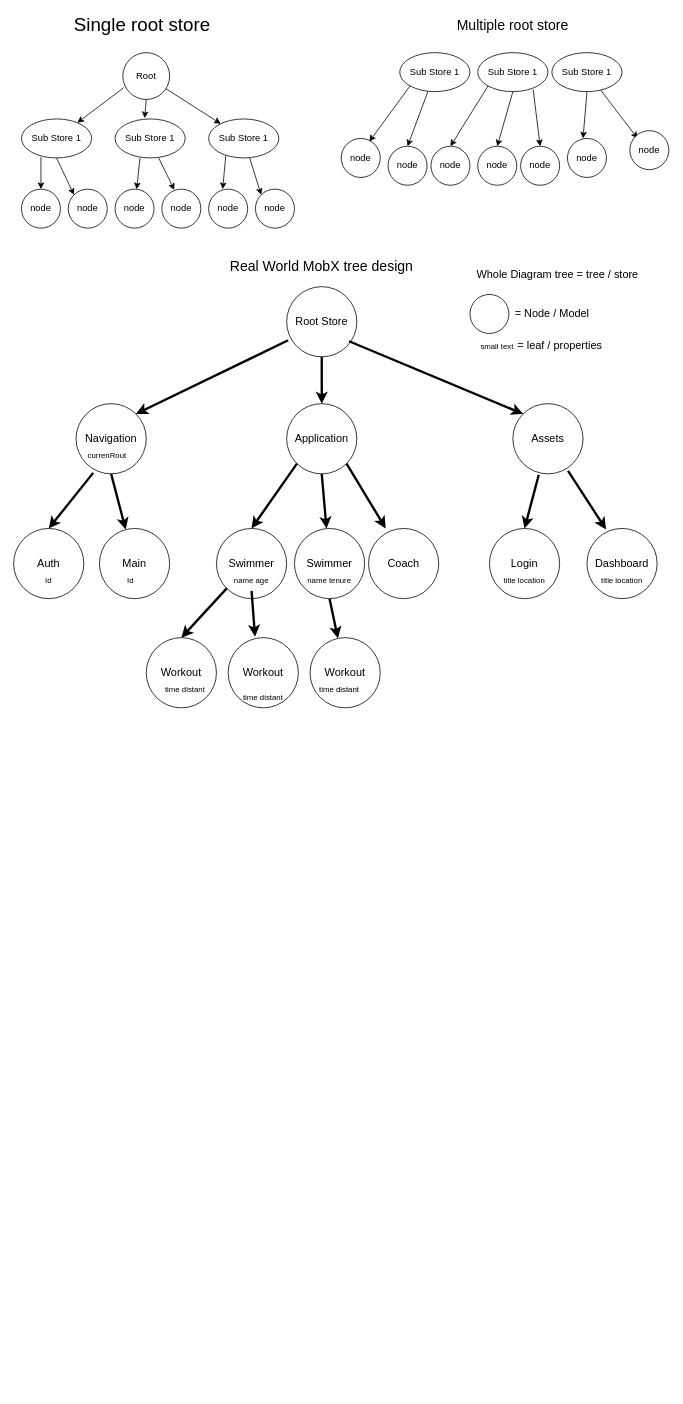
Before: mobX.drawio in malinthann/mobx, a draw.io diagram. Source tidied: cells renumbered, new cells numbered last; positions are measured from the earlier drawing's top-left corner, leaving out a move shared by most shapes. Both pictures are drawn from the tidied source at 78%, with x=0, y=0 at pixel (13, 13).
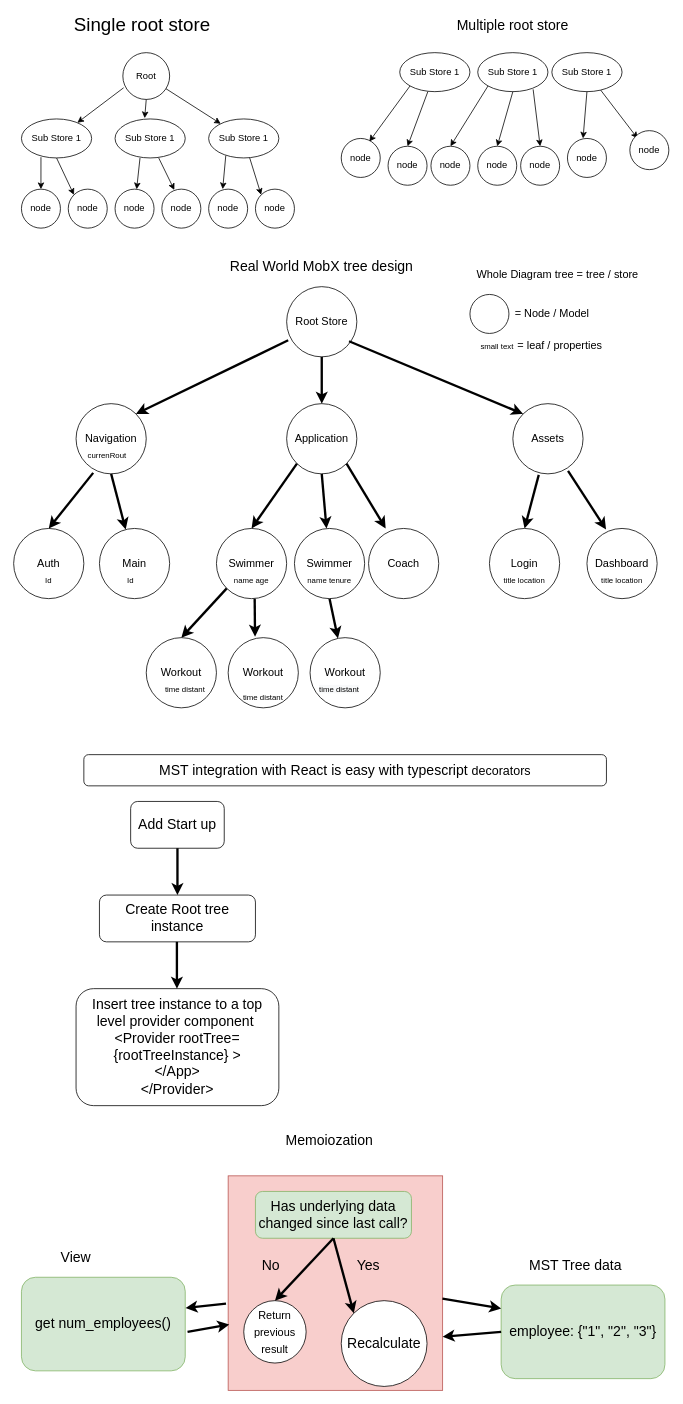
Above is the later version.

The change refers to these unchanged cells:
```xml
<mxCell id="66" value="&lt;font size=&quot;1&quot;&gt;name age&lt;/font&gt;" style="text;html=1;strokeColor=none;fillColor=none;align=center;verticalAlign=middle;whiteSpace=wrap;rounded=0;fontSize=14;" parent="1" vertex="1">
  <mxGeometry x="275" y="710" width="60" height="30" as="geometry" />
</mxCell>
<mxCell id="77" value="&lt;font style=&quot;font-size: 14px&quot;&gt;Workout&lt;/font&gt;" style="ellipse;whiteSpace=wrap;html=1;" parent="1" vertex="1">
  <mxGeometry x="275" y="800" width="90" height="90" as="geometry" />
</mxCell>
```

Change to the diagram source:
```diff
@@
-    <mxCell id="82" style="endArrow=classic;html=1;rounded=0;fontSize=14;strokeWidth=3;exitX=0.5;exitY=1;exitDx=0;exitDy=0;entryX=0.383;entryY=-0.014;entryDx=0;entryDy=0;entryPerimeter=0;" parent="1" edge="1" source="66" target="77">
-      <mxGeometry relative="1" as="geometry" />
+    <mxCell id="82" style="endArrow=classic;html=1;rounded=0;fontSize=14;strokeWidth=3;entryX=0.383;entryY=-0.014;entryDx=0;entryDy=0;entryPerimeter=0;" parent="1" edge="1" target="77">
+      <mxGeometry relative="1" as="geometry">
+        <mxPoint x="309" y="750" as="sourcePoint" />
+      </mxGeometry>
     </mxCell>
@@
+    <mxCell id="84" value="&lt;div&gt;&lt;font style=&quot;font-size: 18px&quot;&gt;MST integration with React is easy with typescript&amp;nbsp;&lt;/font&gt;&lt;span style=&quot;font-size: medium&quot;&gt;decorators&lt;/span&gt;&lt;/div&gt;" style="rounded=1;whiteSpace=wrap;html=1;fontSize=14;" parent="1" vertex="1">
+      <mxGeometry x="90" y="950" width="670" height="40" as="geometry" />
+    </mxCell>
+    <mxCell id="85" value="Add Start up" style="rounded=1;whiteSpace=wrap;html=1;fontSize=18;" parent="1" vertex="1">
+      <mxGeometry x="150" y="1010" width="120" height="60" as="geometry" />
+    </mxCell>
+    <mxCell id="86" value="Create Root tree instance" style="rounded=1;whiteSpace=wrap;html=1;fontSize=18;" parent="1" vertex="1">
+      <mxGeometry x="110" y="1130" width="200" height="60" as="geometry" />
+    </mxCell>
+    <mxCell id="87" value="Insert tree instance to a top level provider component&amp;nbsp;&lt;br&gt;&amp;lt;Provider rootTree={rootTreeInstance} &amp;gt;&lt;br&gt;&amp;lt;/App&amp;gt;&lt;br&gt;&amp;lt;/Provider&amp;gt;" style="rounded=1;whiteSpace=wrap;html=1;fontSize=18;" parent="1" vertex="1">
+      <mxGeometry x="80" y="1250" width="260" height="150" as="geometry" />
+    </mxCell>
+    <mxCell id="88" style="endArrow=classic;html=1;rounded=0;fontSize=18;strokeWidth=3;entryX=0.5;entryY=0;entryDx=0;entryDy=0;exitX=0.5;exitY=1;exitDx=0;exitDy=0;" parent="1" edge="1" source="85" target="86">
+      <mxGeometry relative="1" as="geometry" />
+    </mxCell>
+    <mxCell id="89" style="endArrow=classic;html=1;rounded=0;fontSize=18;strokeWidth=3;entryX=0.5;entryY=0;entryDx=0;entryDy=0;exitX=0.5;exitY=1;exitDx=0;exitDy=0;" parent="1" edge="1">
+      <mxGeometry relative="1" as="geometry">
+        <mxPoint x="209.3" y="1190" as="sourcePoint" />
+        <mxPoint x="209.3" y="1250" as="targetPoint" />
+      </mxGeometry>
+    </mxCell>
+    <mxCell id="90" value="Memoiozation" style="text;html=1;strokeColor=none;fillColor=none;align=center;verticalAlign=middle;whiteSpace=wrap;rounded=0;fontSize=18;" parent="1" vertex="1">
+      <mxGeometry x="375" y="1430" width="60" height="30" as="geometry" />
+    </mxCell>
+    <mxCell id="91" value="MST Tree data" style="text;html=1;strokeColor=none;fillColor=none;align=center;verticalAlign=middle;whiteSpace=wrap;rounded=0;fontSize=18;" parent="1" vertex="1">
+      <mxGeometry x="657.5" y="1590" width="125" height="30" as="geometry" />
+    </mxCell>
+    <mxCell id="92" value="View" style="text;html=1;strokeColor=none;fillColor=none;align=center;verticalAlign=middle;whiteSpace=wrap;rounded=0;fontSize=18;" parent="1" vertex="1">
+      <mxGeometry x="50" y="1580" width="60" height="30" as="geometry" />
+    </mxCell>
+    <mxCell id="93" style="whiteSpace=wrap;html=1;fontSize=18;fillColor=#f8cecc;strokeColor=#b85450;" parent="1" vertex="1">
+      <mxGeometry x="275" y="1490" width="275" height="275" as="geometry" />
+    </mxCell>
+    <mxCell id="94" value="get num_employees()" style="rounded=1;whiteSpace=wrap;html=1;fontSize=18;fillColor=#d5e8d4;strokeColor=#82b366;" parent="1" vertex="1">
+      <mxGeometry x="10" y="1620" width="210" height="120" as="geometry" />
+    </mxCell>
+    <mxCell id="95" value="employee: {&quot;1&quot;, &quot;2&quot;, &quot;3&quot;}" style="rounded=1;whiteSpace=wrap;html=1;fontSize=18;fillColor=#d5e8d4;strokeColor=#82b366;" parent="1" vertex="1">
+      <mxGeometry x="625" y="1630" width="210" height="120" as="geometry" />
+    </mxCell>
+    <mxCell id="96" value="Has underlying data changed since last call?" style="rounded=1;whiteSpace=wrap;html=1;fontSize=18;fillColor=#d5e8d4;strokeColor=#82b366;" parent="1" vertex="1">
+      <mxGeometry x="310" y="1510" width="200" height="60" as="geometry" />
+    </mxCell>
+    <mxCell id="97" value="Recalculate" style="ellipse;whiteSpace=wrap;html=1;fontSize=18;" parent="1" vertex="1">
+      <mxGeometry x="420" y="1650" width="110" height="110" as="geometry" />
+    </mxCell>
+    <mxCell id="98" value="&lt;font style=&quot;font-size: 14px&quot;&gt;Return previous result&lt;/font&gt;" style="ellipse;whiteSpace=wrap;html=1;fontSize=18;" parent="1" vertex="1">
+      <mxGeometry x="295" y="1650" width="80" height="80" as="geometry" />
+    </mxCell>
+    <mxCell id="99" style="endArrow=classic;html=1;rounded=0;fontSize=18;strokeWidth=3;entryX=0.5;entryY=0;entryDx=0;entryDy=0;exitX=0.5;exitY=1;exitDx=0;exitDy=0;" parent="1" edge="1" source="96" target="98">
+      <mxGeometry relative="1" as="geometry" />
+    </mxCell>
+    <mxCell id="100" style="endArrow=classic;html=1;rounded=0;fontSize=18;strokeWidth=3;entryX=0;entryY=0;entryDx=0;entryDy=0;exitX=0.5;exitY=1;exitDx=0;exitDy=0;" parent="1" edge="1" source="96" target="97">
+      <mxGeometry relative="1" as="geometry" />
+    </mxCell>
+    <mxCell id="101" style="endArrow=classic;html=1;rounded=0;fontSize=18;strokeWidth=3;entryX=1.002;entryY=0.328;entryDx=0;entryDy=0;exitX=-0.01;exitY=0.596;exitDx=0;exitDy=0;entryPerimeter=0;exitPerimeter=0;" parent="1" edge="1" source="93" target="94">
+      <mxGeometry relative="1" as="geometry" />
+    </mxCell>
+    <mxCell id="102" style="endArrow=classic;html=1;rounded=0;fontSize=18;strokeWidth=3;entryX=0.005;entryY=0.693;entryDx=0;entryDy=0;exitX=1.014;exitY=0.583;exitDx=0;exitDy=0;entryPerimeter=0;exitPerimeter=0;" parent="1" edge="1" source="94" target="93">
+      <mxGeometry relative="1" as="geometry" />
+    </mxCell>
+    <mxCell id="103" style="endArrow=classic;html=1;rounded=0;fontSize=18;strokeWidth=3;entryX=0;entryY=0.25;entryDx=0;entryDy=0;exitX=0.999;exitY=0.572;exitDx=0;exitDy=0;exitPerimeter=0;" parent="1" edge="1" source="93" target="95">
+      <mxGeometry relative="1" as="geometry" />
+    </mxCell>
+    <mxCell id="104" style="endArrow=classic;html=1;rounded=0;fontSize=18;strokeWidth=3;entryX=1;entryY=0.75;entryDx=0;entryDy=0;exitX=0;exitY=0.5;exitDx=0;exitDy=0;" parent="1" edge="1" source="95" target="93">
+      <mxGeometry relative="1" as="geometry" />
+    </mxCell>
+    <mxCell id="105" value="Yes" style="text;html=1;strokeColor=none;fillColor=none;align=center;verticalAlign=middle;whiteSpace=wrap;rounded=0;fontSize=18;" parent="1" vertex="1">
+      <mxGeometry x="425" y="1590" width="60" height="30" as="geometry" />
+    </mxCell>
+    <mxCell id="106" value="No" style="text;html=1;strokeColor=none;fillColor=none;align=center;verticalAlign=middle;whiteSpace=wrap;rounded=0;fontSize=18;" parent="1" vertex="1">
+      <mxGeometry x="300" y="1590" width="60" height="30" as="geometry" />
+    </mxCell>
```
